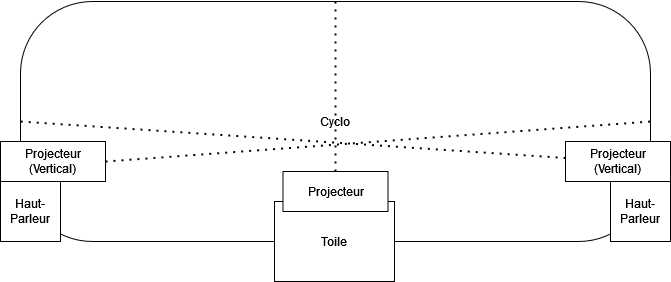
The draw.io diagram docs/preproduction/medias/rhizomatique_plantation.drawio.png in TIM-Celestia/Celestia, before a commit. Source tidied: cells renumbered, new cells last; positions are measured from the earlier drawing's top-left corner, leaving out a move shared by most shapes. Source of this version:
```xml
<mxGraphModel>
  <root>
    <mxCell id="0" />
    <mxCell id="1" parent="0" />
    <mxCell id="2" value="Cyclo" style="rounded=1;whiteSpace=wrap;html=1;arcSize=30;" parent="1" vertex="1">
      <mxGeometry x="20" width="630" height="240" as="geometry" />
    </mxCell>
    <mxCell id="3" value="Toile" style="rounded=0;whiteSpace=wrap;html=1;" parent="1" vertex="1">
      <mxGeometry x="274" y="200" width="120" height="80" as="geometry" />
    </mxCell>
    <mxCell id="4" value="Haut-Parleur" style="rounded=0;whiteSpace=wrap;html=1;" parent="1" vertex="1">
      <mxGeometry x="610" y="180" width="60" height="60" as="geometry" />
    </mxCell>
    <mxCell id="5" value="Haut-Parleur" style="rounded=0;whiteSpace=wrap;html=1;" parent="1" vertex="1">
      <mxGeometry y="180" width="60" height="60" as="geometry" />
    </mxCell>
    <mxCell id="6" value="&lt;div&gt;Projecteur&lt;/div&gt;" style="rounded=0;whiteSpace=wrap;html=1;" parent="1" vertex="1">
      <mxGeometry x="282.5" y="170" width="105" height="40" as="geometry" />
    </mxCell>
    <mxCell id="7" value="&lt;div&gt;Projecteur&lt;/div&gt;&lt;div&gt;(Vertical)&lt;br&gt;&lt;/div&gt;" style="rounded=0;whiteSpace=wrap;html=1;" parent="1" vertex="1">
      <mxGeometry x="565" y="140" width="105" height="40" as="geometry" />
    </mxCell>
    <mxCell id="8" value="&lt;div&gt;Projecteur&lt;/div&gt;&lt;div&gt;(Vertical)&lt;br&gt;&lt;/div&gt;" style="rounded=0;whiteSpace=wrap;html=1;" parent="1" vertex="1">
      <mxGeometry y="140" width="105" height="40" as="geometry" />
    </mxCell>
    <mxCell id="9" style="endArrow=none;dashed=1;html=1;dashPattern=1 3;strokeWidth=2;rounded=0;exitX=1;exitY=0.5;exitDx=0;exitDy=0;entryX=1;entryY=0.5;entryDx=0;entryDy=0;" parent="1" edge="1" source="8" target="2">
      <mxGeometry relative="1" as="geometry" />
    </mxCell>
    <mxCell id="10" style="endArrow=none;dashed=1;html=1;dashPattern=1 3;strokeWidth=2;rounded=0;entryX=0;entryY=0.5;entryDx=0;entryDy=0;" parent="1" edge="1" source="7" target="2">
      <mxGeometry relative="1" as="geometry" />
    </mxCell>
    <mxCell id="11" style="endArrow=none;dashed=1;html=1;dashPattern=1 3;strokeWidth=2;rounded=0;exitX=0.5;exitY=0;exitDx=0;exitDy=0;entryX=0.5;entryY=0;entryDx=0;entryDy=0;" parent="1" edge="1" source="6" target="2">
      <mxGeometry relative="1" as="geometry" />
    </mxCell>
  </root>
</mxGraphModel>
```
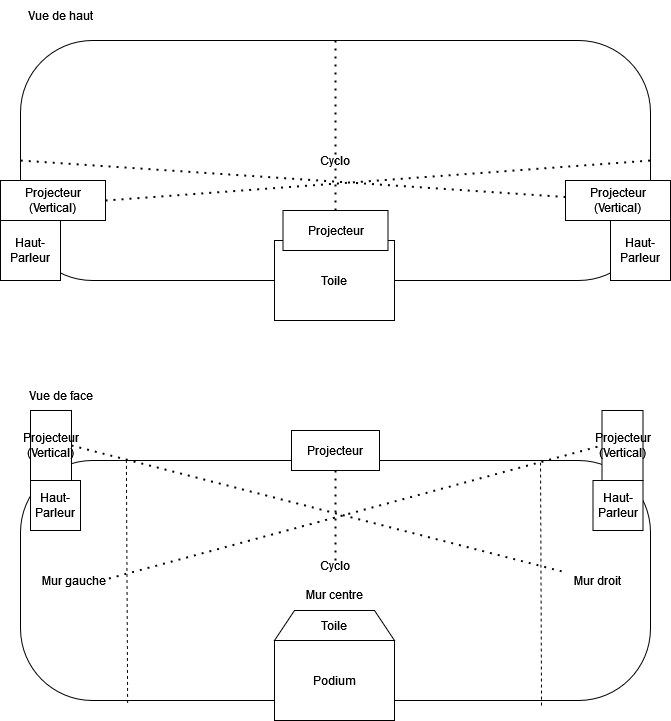
After the commit.

Change to the diagram source:
```diff
@@ -32,5 +32,61 @@
     <mxCell id="11" style="endArrow=none;dashed=1;html=1;dashPattern=1 3;strokeWidth=2;rounded=0;exitX=0.5;exitY=0;exitDx=0;exitDy=0;entryX=0.5;entryY=0;entryDx=0;entryDy=0;" parent="1" edge="1" source="6" target="2">
       <mxGeometry relative="1" as="geometry" />
     </mxCell>
+    <mxCell id="12" value="&lt;div&gt;Cyclo&lt;/div&gt;&lt;div&gt;&lt;br&gt;&lt;/div&gt;&lt;div&gt;Mur centre&lt;br&gt;&lt;/div&gt;" style="rounded=1;whiteSpace=wrap;html=1;arcSize=30;" parent="1" vertex="1">
+      <mxGeometry x="20" y="420" width="630" height="240" as="geometry" />
+    </mxCell>
+    <mxCell id="13" style="endArrow=none;dashed=1;html=1;rounded=0;entryX=0.168;entryY=-0.014;entryDx=0;entryDy=0;entryPerimeter=0;exitX=0.17;exitY=1.01;exitDx=0;exitDy=0;exitPerimeter=0;" parent="1" edge="1" source="12" target="12">
+      <mxGeometry relative="1" as="geometry" />
+    </mxCell>
+    <mxCell id="14" style="endArrow=none;dashed=1;html=1;rounded=0;entryX=0.168;entryY=-0.014;entryDx=0;entryDy=0;entryPerimeter=0;exitX=0.17;exitY=1.01;exitDx=0;exitDy=0;exitPerimeter=0;" parent="1" edge="1">
+      <mxGeometry relative="1" as="geometry">
+        <mxPoint x="541" y="665" as="sourcePoint" />
+        <mxPoint x="540" y="420" as="targetPoint" />
+      </mxGeometry>
+    </mxCell>
+    <mxCell id="15" value="Mur gauche" style="text;html=1;align=center;verticalAlign=middle;points=[];strokeColor=none;fillColor=none;" parent="1" vertex="1">
+      <mxGeometry x="33" y="525" width="80" height="30" as="geometry" />
+    </mxCell>
+    <mxCell id="16" value="Mur droit" style="text;html=1;align=center;verticalAlign=middle;points=[];strokeColor=none;fillColor=none;" parent="1" vertex="1">
+      <mxGeometry x="562" y="525" width="70" height="30" as="geometry" />
+    </mxCell>
+    <mxCell id="17" value="Podium" style="rounded=0;whiteSpace=wrap;html=1;" parent="1" vertex="1">
+      <mxGeometry x="274" y="600" width="120" height="80" as="geometry" />
+    </mxCell>
+    <mxCell id="18" value="Toile" style="shape=trapezoid;perimeter=trapezoidPerimeter;whiteSpace=wrap;html=1;fixedSize=1;" parent="1" vertex="1">
+      <mxGeometry x="274" y="570" width="120" height="30" as="geometry" />
+    </mxCell>
+    <mxCell id="19" value="Haut-Parleur" style="whiteSpace=wrap;html=1;" parent="1" vertex="1">
+      <mxGeometry x="592.5" y="440" width="50" height="50" as="geometry" />
+    </mxCell>
+    <mxCell id="20" value="Haut-Parleur" style="whiteSpace=wrap;html=1;" parent="1" vertex="1">
+      <mxGeometry x="30" y="440" width="50" height="50" as="geometry" />
+    </mxCell>
+    <mxCell id="21" value="Projecteur" style="rounded=0;whiteSpace=wrap;html=1;" parent="1" vertex="1">
+      <mxGeometry x="291" y="390" width="88" height="40" as="geometry" />
+    </mxCell>
+    <mxCell id="22" value="&lt;div&gt;Projecteur&lt;/div&gt;&lt;div&gt;(Vertical)&lt;/div&gt;" style="rounded=0;whiteSpace=wrap;html=1;" parent="1" vertex="1">
+      <mxGeometry x="601.5" y="370" width="41" height="70" as="geometry" />
+    </mxCell>
+    <mxCell id="23" value="&lt;div&gt;Projecteur&lt;/div&gt;&lt;div&gt;(Vertical)&lt;/div&gt;" style="rounded=0;whiteSpace=wrap;html=1;" parent="1" vertex="1">
+      <mxGeometry x="30" y="370" width="41" height="70" as="geometry" />
+    </mxCell>
+    <mxCell id="24" style="endArrow=none;dashed=1;html=1;dashPattern=1 3;strokeWidth=2;rounded=0;exitX=1;exitY=0.5;exitDx=0;exitDy=0;" parent="1" edge="1" source="23" target="16">
+      <mxGeometry relative="1" as="geometry" />
+    </mxCell>
+    <mxCell id="25" style="endArrow=none;dashed=1;html=1;dashPattern=1 3;strokeWidth=2;rounded=0;entryX=0;entryY=0.5;entryDx=0;entryDy=0;exitX=0.942;exitY=0.433;exitDx=0;exitDy=0;exitPerimeter=0;" parent="1" edge="1" source="15" target="22">
+      <mxGeometry relative="1" as="geometry" />
+    </mxCell>
+    <mxCell id="26" style="endArrow=none;dashed=1;html=1;dashPattern=1 3;strokeWidth=2;rounded=0;entryX=0.5;entryY=1;entryDx=0;entryDy=0;" parent="1" edge="1" target="21">
+      <mxGeometry relative="1" as="geometry">
+        <mxPoint x="335" y="520" as="sourcePoint" />
+      </mxGeometry>
+    </mxCell>
+    <mxCell id="27" value="Vue de haut" style="text;html=1;align=center;verticalAlign=middle;strokeColor=none;fillColor=none;" parent="1" vertex="1">
+      <mxGeometry x="20" y="-40" width="80" height="30" as="geometry" />
+    </mxCell>
+    <mxCell id="28" value="Vue de face" style="text;html=1;align=center;verticalAlign=middle;strokeColor=none;fillColor=none;" parent="1" vertex="1">
+      <mxGeometry x="20" y="340" width="80" height="30" as="geometry" />
+    </mxCell>
   </root>
 </mxGraphModel>
```
